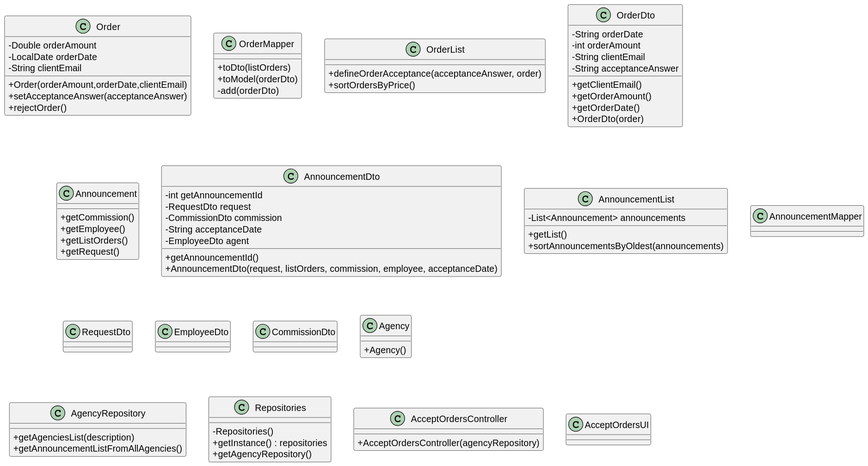
Before: docs/sprintC/us011/03.design/svg/us011-class-diagram.svg, a diagram exported from PlantUML (rita-barbosa/LAPR2-2223).
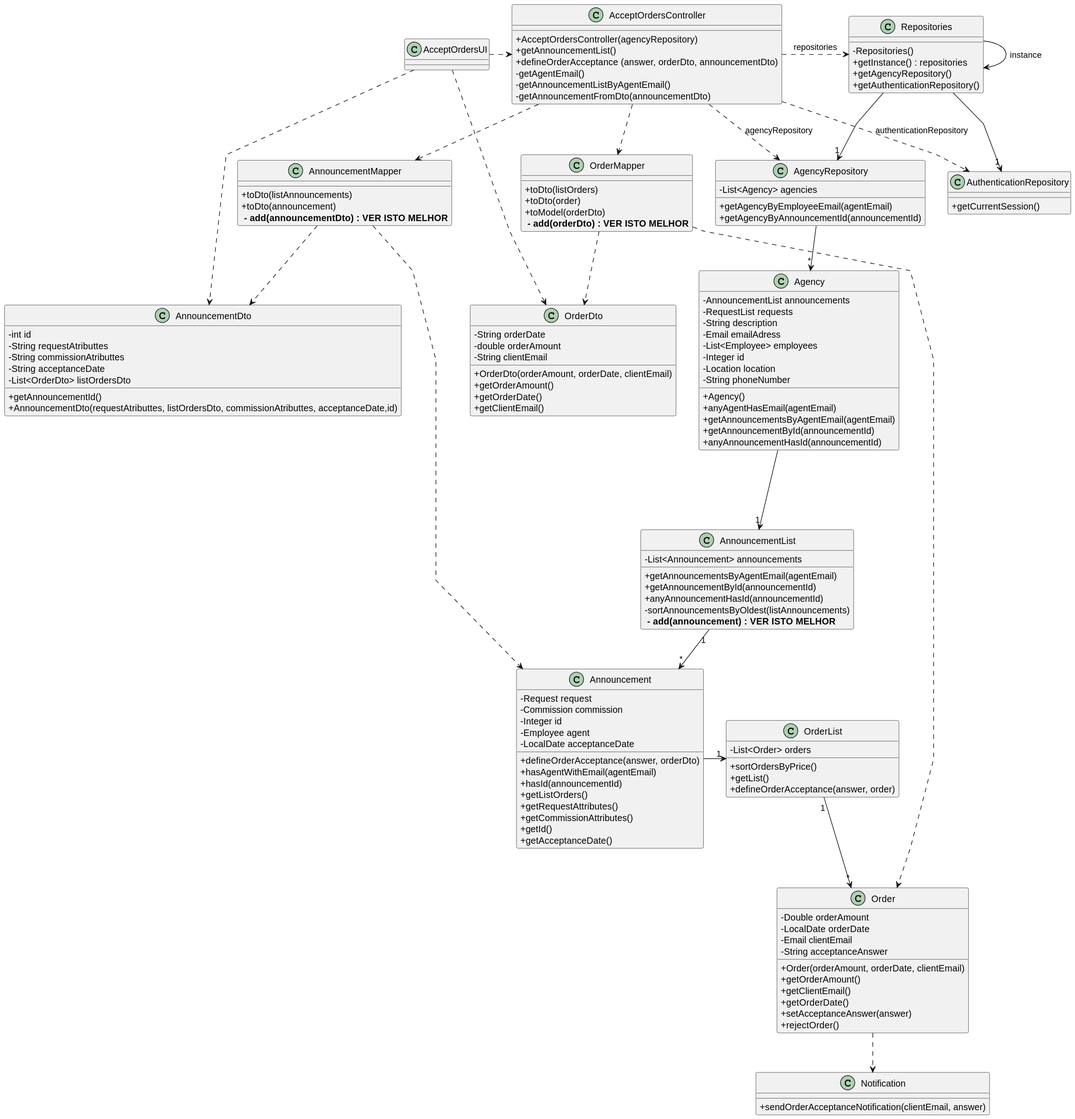
The same diagram one commit later.

What changed in the source:
```diff
@@ -5,94 +5,154 @@
 
 skinparam classAttributeIconSize 0
 
+class Notification {
++ sendOrderAcceptanceNotification(clientEmail, answer)
+}
 
 class Order {
-- Double orderAmount
-- LocalDate orderDate
-- String clientEmail
-+ Order(orderAmount,orderDate,clientEmail)
-+ setAcceptanceAnswer(acceptanceAnswer)
-+ rejectOrder()
-
+    - Double orderAmount
+    - LocalDate orderDate
+    - Email clientEmail
+    - String acceptanceAnswer
+    + Order(orderAmount, orderDate, clientEmail)
+    + getOrderAmount()
+    + getClientEmail()
+    + getOrderDate()
+    + setAcceptanceAnswer(answer)
+    + rejectOrder()
 }
 
 class OrderMapper {
-+ toDto(listOrders)
-+ toModel(orderDto)
-- add(orderDto)
+    + toDto(listOrders)
+    + toDto(order)
+    + toModel(orderDto)
+    ** - add(orderDto) : VER ISTO MELHOR**
 }
+
 class OrderList {
-+ defineOrderAcceptance(acceptanceAnswer, order)
-+ sortOrdersByPrice()
+    - List<Order> orders
+    + sortOrdersByPrice()
+    + getList()
+    + defineOrderAcceptance(answer, order)
 }
 
 class OrderDto {
-- String orderDate
-- int orderAmount
-- String clientEmail
-- String acceptanceAnswer
-+ getClientEmail()
-+ getOrderAmount()
-+ getOrderDate()
-+ OrderDto(order)
+    - String orderDate
+    - double orderAmount
+    - String clientEmail
+    + OrderDto(orderAmount, orderDate, clientEmail)
+    + getOrderAmount()
+    + getOrderDate()
+    + getClientEmail()
 }
 
 class Announcement {
-+ getCommission()
-+ getEmployee()
-+ getListOrders()
-+ getRequest()
+    - Request request
+    - Commission commission
+    - Integer id
+    - Employee agent
+    - LocalDate acceptanceDate
+    + defineOrderAcceptance(answer, orderDto)
+    + hasAgentWithEmail(agentEmail)
+    + hasId(announcementId)
+    + getListOrders()
+    + getRequestAttributes()
+    + getCommissionAttributes()
+    + getId()
+    + getAcceptanceDate()
 }
 
 class AnnouncementDto {
-- int getAnnouncementId
-- RequestDto request
-- CommissionDto commission
-- String acceptanceDate
-- EmployeeDto agent
-+ getAnnouncementId()
-+ AnnouncementDto(request, listOrders, commission, employee, acceptanceDate)
+    - int id
+    - String requestAtributtes
+    - String commissionAtributtes
+    - String acceptanceDate
+    - List<OrderDto> listOrdersDto
+    + getAnnouncementId()
+    + AnnouncementDto(requestAtributtes, listOrdersDto, commissionAtributtes, acceptanceDate,id)
 }
 
 class AnnouncementList {
-- List<Announcement> announcements
-+ getList()
-+ sortAnnouncementsByOldest(announcements)
+    - List<Announcement> announcements
+    + getAnnouncementsByAgentEmail(agentEmail)
+    + getAnnouncementById(announcementId)
+    + anyAnnouncementHasId(announcementId)
+    - sortAnnouncementsByOldest(listAnnouncements)
+    ** - add(announcement) : VER ISTO MELHOR**
 }
+
 class AnnouncementMapper {
+    + toDto(listAnnouncements)
+    + toDto(announcement)
+    ** - add(announcementDto) : VER ISTO MELHOR**
+}
 
-}
-class RequestDto {
-
-}
-class EmployeeDto{
-
-}
-class CommissionDto{
-
-}
 class Agency {
+    - AnnouncementList announcements
+    - RequestList requests
+    - String description
+    - Email emailAdress
+    - List<Employee> employees
+    - Integer id
+    - Location location
+    - String phoneNumber
     + Agency()
+    + anyAgentHasEmail(agentEmail)
+    + getAnnouncementsByAgentEmail(agentEmail)
+    + getAnnouncementById(announcementId)
+    + anyAnnouncementHasId(announcementId)
 }
 
 class AgencyRepository {
-    + getAgenciesList(description)
-    + getAnnouncementListFromAllAgencies()
+    - List<Agency> agencies
+    + getAgencyByEmployeeEmail(agentEmail)
+    + getAgencyByAnnouncementId(announcementId)
 }
-
+class AuthenticationRepository{
+ + getCurrentSession()
+}
 
 class Repositories {
     - Repositories()
     + getInstance() : repositories
     + getAgencyRepository()
+    + getAuthenticationRepository()
+
 }
 
 class AcceptOrdersController {
     + AcceptOrdersController(agencyRepository)
-
+    + getAnnouncementList()
+    + defineOrderAcceptance (answer, orderDto, announcementDto)
+    - getAgentEmail()
+    - getAnnouncementListByAgentEmail()
+    - getAnnouncementFromDto(announcementDto)
 }
 
 
 class AcceptOrdersUI {
 }
+
+Repositories -> Repositories : instance
+
+AcceptOrdersUI .> AcceptOrdersController
+AcceptOrdersController .> Repositories : repositories
+AcceptOrdersController .-> AgencyRepository : agencyRepository
+AcceptOrdersController .-> AuthenticationRepository :  authenticationRepository
+AcceptOrdersController .-> AnnouncementMapper
+AnnouncementMapper .-> AnnouncementDto
+AnnouncementMapper .> Announcement
+AcceptOrdersController .-> OrderMapper
+OrderMapper .-> OrderDto
+OrderMapper.> Order
+AcceptOrdersUI .> AnnouncementDto
+AcceptOrdersUI .> OrderDto
+Repositories --> "1" AuthenticationRepository
+Repositories --> "1" AgencyRepository
+AgencyRepository --> "*" Agency
+Agency ---> "1" AnnouncementList
+AnnouncementList "1" --> "*" Announcement
+Announcement -> "1" OrderList
+OrderList "1" --> "*" Order
+Order .-> Notification
 @enduml
```
